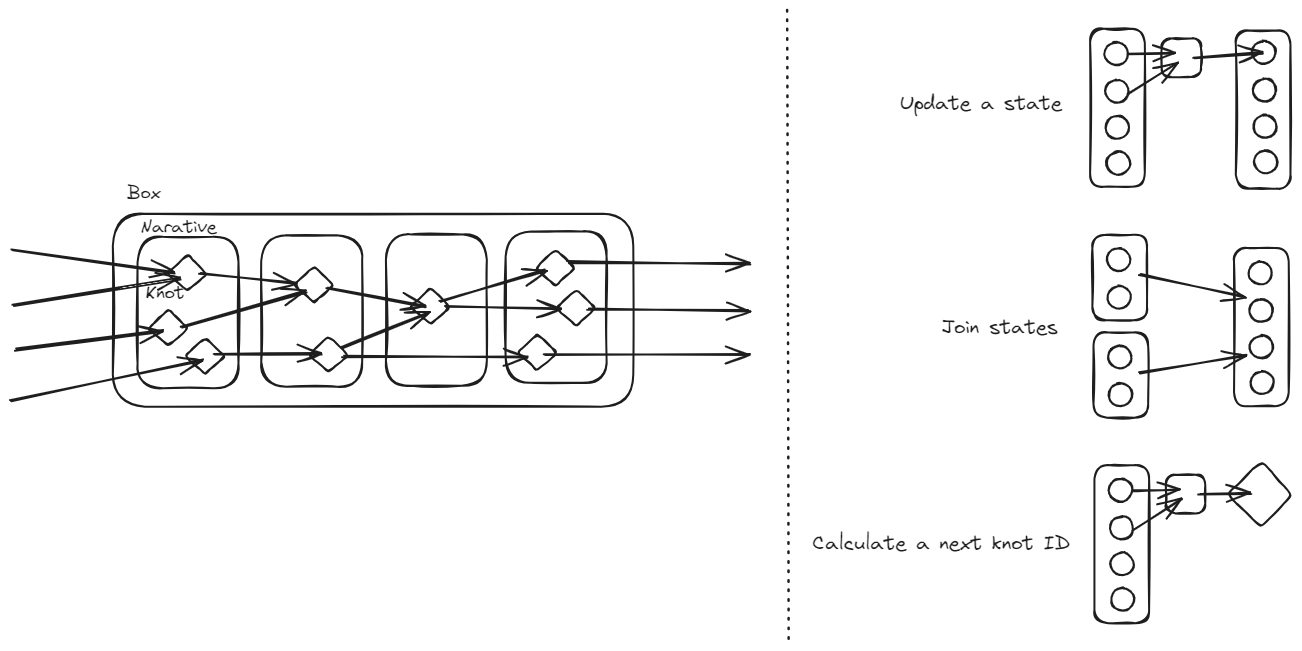
Earlier version of the Excalidraw export src/ARCHITECTURE/knot.excalidraw.png (kozmof/turnout). Source tidied: one line per element, renumbered; positions are measured from the earlier drawing's top-left corner, leaving out a move shared by most shapes.
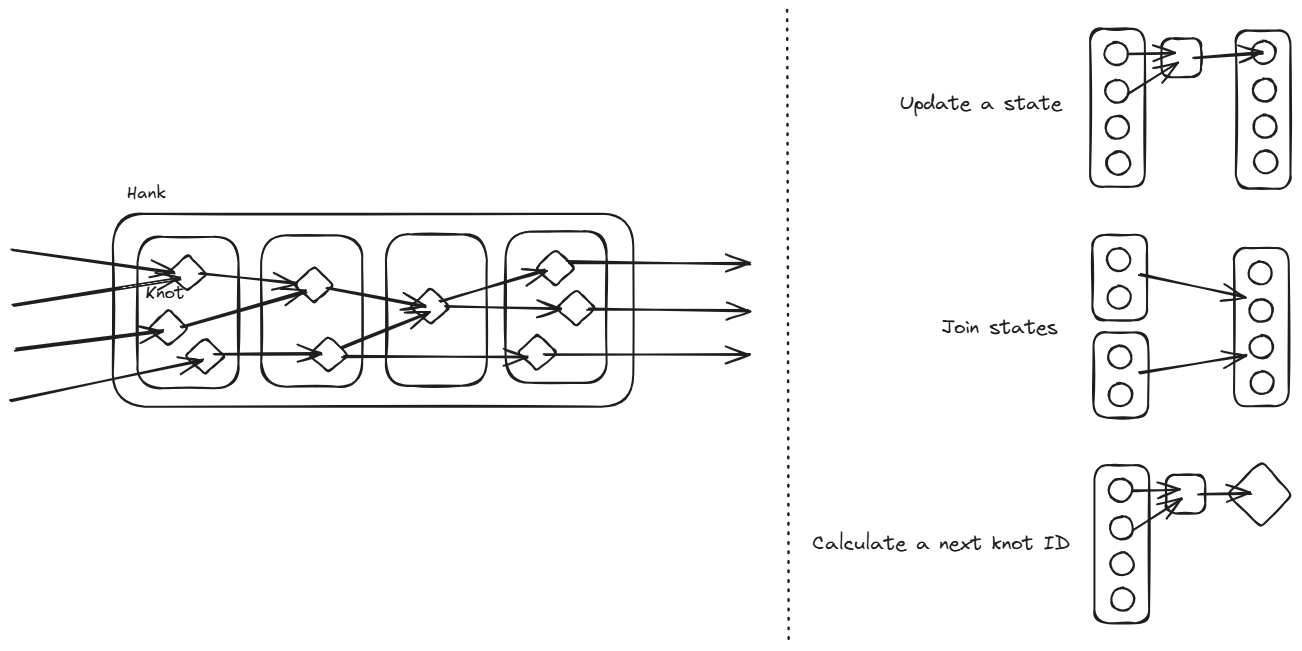
Above is the later version.

Commit message:
Rename box -> hank

Diff of the diagram source:
```diff
@@ -39,7 +39,7 @@
 {"id": 38, "type": "text", "text": "Join states", "strokeColor": "#1e1e1e", "strokeWidth": 2, "roughness": 1, "fontSize": 20, "fontFamily": 1, "x": 931, "y": 304, "width": 116, "height": 25}
 {"id": 39, "type": "text", "text": "Calculate a next knot ID", "strokeColor": "#1e1e1e", "strokeWidth": 2, "roughness": 1, "fontSize": 20, "fontFamily": 1, "x": 802, "y": 520, "width": 258, "height": 25}
 {"id": 40, "type": "rectangle", "strokeColor": "#1e1e1e", "strokeWidth": 2, "roughness": 1, "round": true, "x": 102, "y": 203, "width": 520, "height": 193}
-{"id": 41, "type": "text", "text": "Box", "strokeColor": "#1e1e1e", "strokeWidth": 2, "roughness": 1, "fontSize": 17.81, "fontFamily": 5, "x": 116, "y": 172, "width": 34, "height": 22}
+{"id": 41, "type": "text", "text": "Hank", "strokeColor": "#1e1e1e", "strokeWidth": 2, "roughness": 1, "fontSize": 17.81, "fontFamily": 5, "x": 116, "y": 172, "width": 39, "height": 22}
 {"id": 42, "type": "rectangle", "strokeColor": "#1e1e1e", "strokeWidth": 2, "roughness": 1, "round": true, "x": 127, "y": 226, "width": 101, "height": 151}
 {"id": 43, "type": "diamond", "strokeColor": "#1e1e1e", "strokeWidth": 2, "roughness": 1, "round": true, "x": 156, "y": 244, "width": 40, "height": 37}
 {"id": 44, "type": "text", "text": "Knot", "strokeColor": "#1e1e1e", "strokeWidth": 2, "roughness": 1, "fontSize": 17.81, "fontFamily": 1, "x": 135, "y": 272, "width": 39, "height": 22}
```
